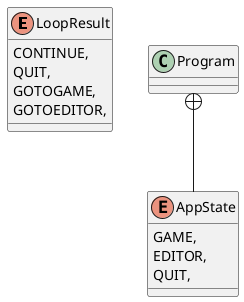
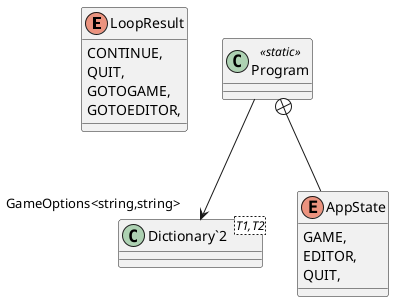
@startuml
enum LoopResult {
    CONTINUE,
    QUIT,
    GOTOGAME,
    GOTOEDITOR,
}
- class Program {
+ class Program <<static>> {
+ }
+ class "Dictionary`2"<T1,T2> {
}
enum AppState {
    GAME,
    EDITOR,
    QUIT,
}
+ Program --> "GameOptions<string,string>" "Dictionary`2"
Program +-- AppState
@enduml
